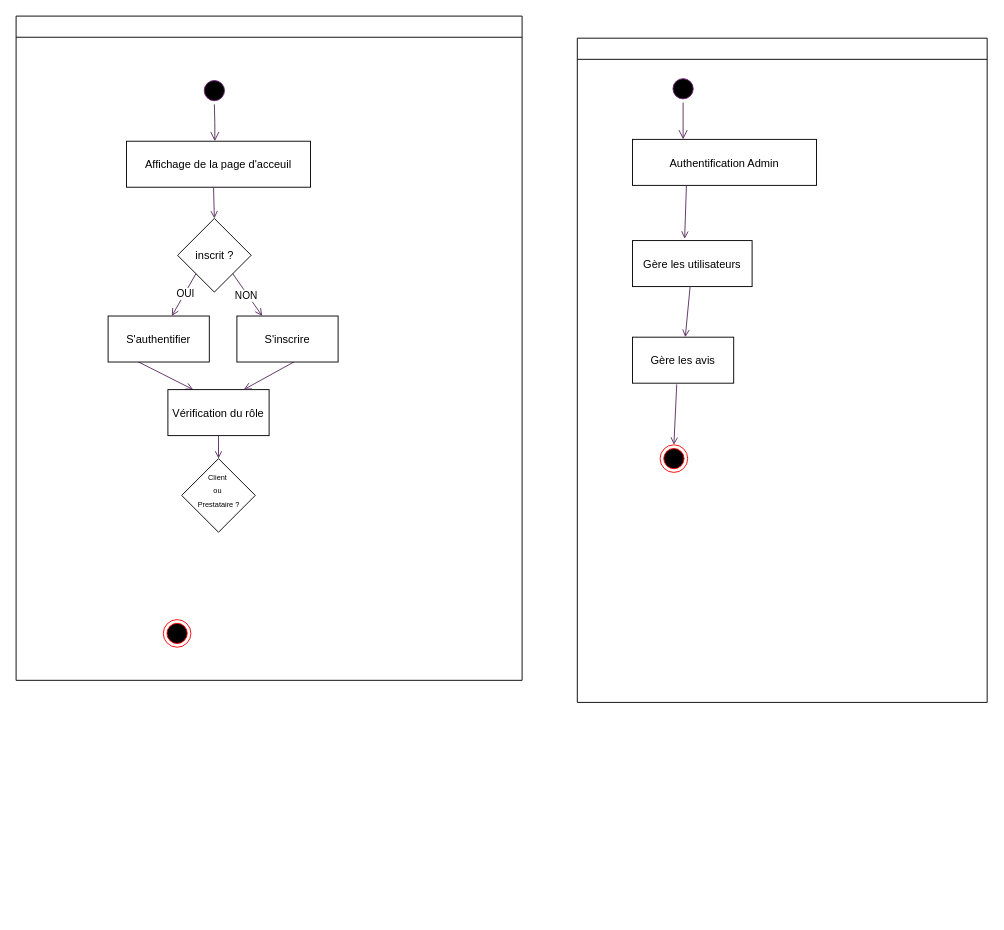
Steony/BeautyBookerApp keeps this draw.io diagram as ActivityBB.drawio. Above is the earlier version. Source tidied: cells renumbered, new cells numbered last; positions are measured from the earlier drawing's top-left corner, leaving out a move shared by most shapes. Both pictures are drawn from the tidied source at 92%, with x=0, y=0 at pixel (16, 16).
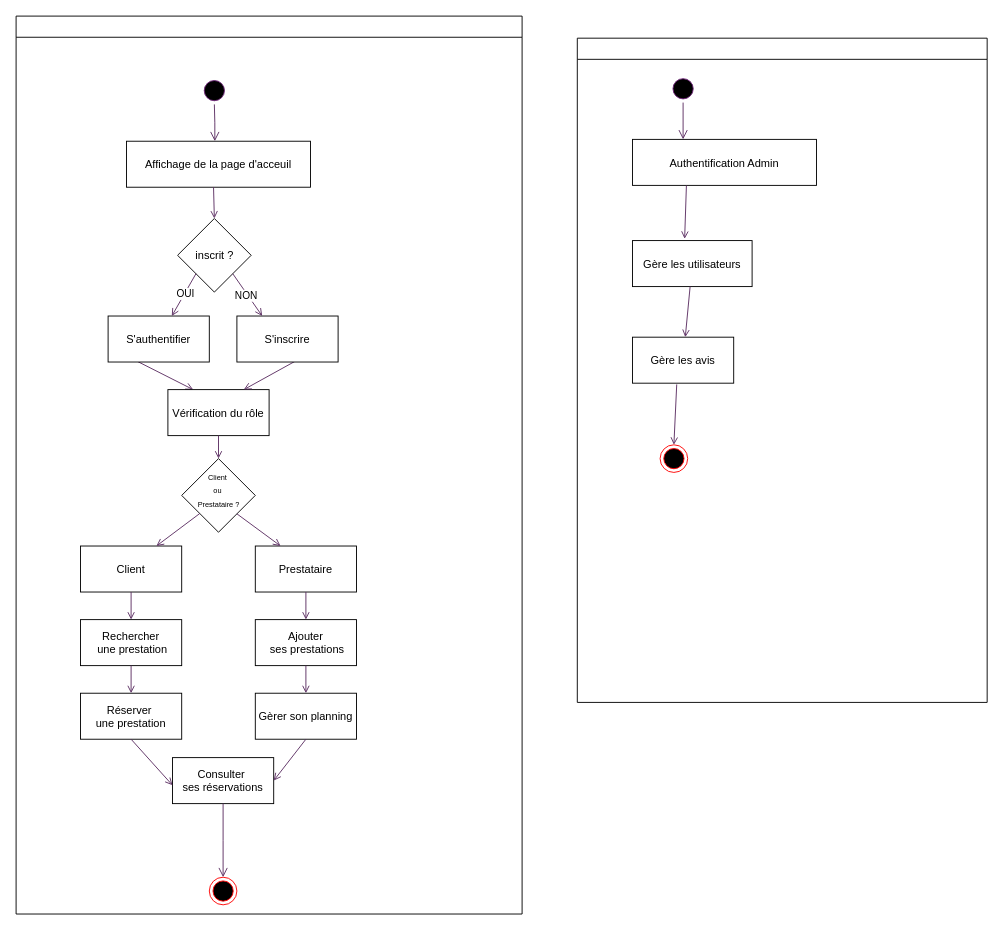
After the change.

Commit message (it also covers changes not shown here):
Mettre à jour ActivityBB.drawio

Unchanged cells that the change refers to:
```xml
<mxCell id="13" style="rhombus;whiteSpace=wrap;html=1;" parent="2" vertex="1">
  <mxGeometry x="180" y="481" width="80" height="80" as="geometry" />
</mxCell>
<mxCell id="15" value="&lt;font style=&quot;font-size: 8px;&quot;&gt;Client&amp;nbsp;&lt;/font&gt;&lt;div&gt;&lt;font style=&quot;font-size: 8px;&quot;&gt;ou&amp;nbsp;&lt;/font&gt;&lt;/div&gt;&lt;div&gt;&lt;font style=&quot;font-size: 8px;&quot;&gt;Prestataire ?&lt;/font&gt;&lt;/div&gt;" style="text;html=1;align=center;verticalAlign=middle;whiteSpace=wrap;rounded=0;" parent="2" vertex="1">
  <mxGeometry x="187.8" y="490" width="64.5" height="50" as="geometry" />
</mxCell>
```

Change to the diagram source:
```diff
@@
     <mxCell id="2" style="swimlane;whiteSpace=wrap;startSize=23;" parent="1" vertex="1">
-      <mxGeometry width="550" height="722" as="geometry" />
+      <mxGeometry width="550" height="976" as="geometry" />
     </mxCell>
@@
+    <mxCell id="30" style="ellipse;html=1;shape=endState;fillColor=#000000;strokeColor=#ff0000;" parent="2" vertex="1">
+      <mxGeometry x="210" y="936" width="30" height="30" as="geometry" />
+    </mxCell>
+    <mxCell id="31" value="Client" parent="2" vertex="1">
+      <mxGeometry x="70" y="576" width="110" height="50" as="geometry" />
+    </mxCell>
+    <mxCell id="32" value="Prestataire" parent="2" vertex="1">
+      <mxGeometry x="260" y="576" width="110" height="50" as="geometry" />
+    </mxCell>
+    <mxCell id="33" value="Rechercher&#10; une prestation" parent="2" vertex="1">
+      <mxGeometry x="70" y="656" width="110" height="50" as="geometry" />
+    </mxCell>
+    <mxCell id="34" value="Ajouter&#10; ses prestations" parent="2" vertex="1">
+      <mxGeometry x="260" y="656" width="110" height="50" as="geometry" />
+    </mxCell>
+    <mxCell id="35" value="Réserver &#10;une prestation" parent="2" vertex="1">
+      <mxGeometry x="70" y="736" width="110" height="50" as="geometry" />
+    </mxCell>
+    <mxCell id="36" value="Gèrer son planning" parent="2" vertex="1">
+      <mxGeometry x="260" y="736" width="110" height="50" as="geometry" />
+    </mxCell>
+    <mxCell id="37" value="Consulter &#10;ses réservations" parent="2" vertex="1">
+      <mxGeometry x="170" y="806" width="110" height="50" as="geometry" />
+    </mxCell>
+    <mxCell id="38" style="endArrow=open;strokeColor=light-dark(#5a2c60, #ff9090);endFill=1;rounded=0;exitX=0.183;exitY=1.014;exitDx=0;exitDy=0;entryX=0.75;entryY=0;entryDx=0;entryDy=0;exitPerimeter=0;" parent="2" edge="1" source="15" target="31">
+      <mxGeometry relative="1" as="geometry" />
+    </mxCell>
+    <mxCell id="39" style="endArrow=open;strokeColor=light-dark(#5a2c60, #ff9090);endFill=1;rounded=0;exitX=1;exitY=1;exitDx=0;exitDy=0;entryX=0.25;entryY=0;entryDx=0;entryDy=0;" parent="2" edge="1" source="13" target="32">
+      <mxGeometry relative="1" as="geometry" />
+    </mxCell>
+    <mxCell id="40" style="endArrow=open;strokeColor=light-dark(#5a2c60, #ff9090);endFill=1;rounded=0;exitX=0.5;exitY=1;exitDx=0;exitDy=0;entryX=0.5;entryY=0;entryDx=0;entryDy=0;" parent="2" edge="1" source="31" target="33">
+      <mxGeometry relative="1" as="geometry" />
+    </mxCell>
+    <mxCell id="41" style="endArrow=open;strokeColor=light-dark(#5a2c60, #ff9090);endFill=1;rounded=0;exitX=0.5;exitY=1;exitDx=0;exitDy=0;entryX=0.5;entryY=0;entryDx=0;entryDy=0;" parent="2" edge="1" source="33" target="35">
+      <mxGeometry relative="1" as="geometry" />
+    </mxCell>
+    <mxCell id="42" style="endArrow=open;strokeColor=light-dark(#5a2c60, #ff9090);endFill=1;rounded=0;exitX=0.5;exitY=1;exitDx=0;exitDy=0;entryX=0;entryY=0.6;entryDx=0;entryDy=0;entryPerimeter=0;" parent="2" edge="1" source="35" target="37">
+      <mxGeometry relative="1" as="geometry" />
+    </mxCell>
+    <mxCell id="43" style="endArrow=open;strokeColor=light-dark(#5a2c60, #ff9090);endFill=1;rounded=0;exitX=0.5;exitY=1;exitDx=0;exitDy=0;" parent="2" edge="1" source="32" target="34">
+      <mxGeometry relative="1" as="geometry" />
+    </mxCell>
+    <mxCell id="44" style="endArrow=open;strokeColor=light-dark(#5a2c60, #ff9090);endFill=1;rounded=0;exitX=0.5;exitY=1;exitDx=0;exitDy=0;entryX=0.5;entryY=0;entryDx=0;entryDy=0;" parent="2" edge="1" source="34" target="36">
+      <mxGeometry relative="1" as="geometry" />
+    </mxCell>
+    <mxCell id="45" style="endArrow=open;strokeColor=light-dark(#5a2c60, #ff9090);endFill=1;rounded=0;exitX=0.5;exitY=1;exitDx=0;exitDy=0;entryX=1;entryY=0.5;entryDx=0;entryDy=0;" parent="2" edge="1" source="36" target="37">
+      <mxGeometry relative="1" as="geometry" />
+    </mxCell>
+    <mxCell id="46" style="edgeStyle=elbowEdgeStyle;elbow=horizontal;verticalAlign=bottom;endArrow=open;endSize=8;strokeColor=light-dark(#5a2c60, #ff9090);endFill=1;rounded=0;exitX=0.5;exitY=1;exitDx=0;exitDy=0;entryX=0.5;entryY=0;entryDx=0;entryDy=0;" parent="2" edge="1" source="37" target="30">
+      <mxGeometry x="100" y="-40" as="geometry" />
+    </mxCell>
@@
-    <mxCell id="30" style="ellipse;html=1;shape=endState;fillColor=#000000;strokeColor=#ff0000;" parent="1" vertex="1">
-      <mxGeometry x="160" y="656" width="30" height="30" as="geometry" />
-    </mxCell>
```
